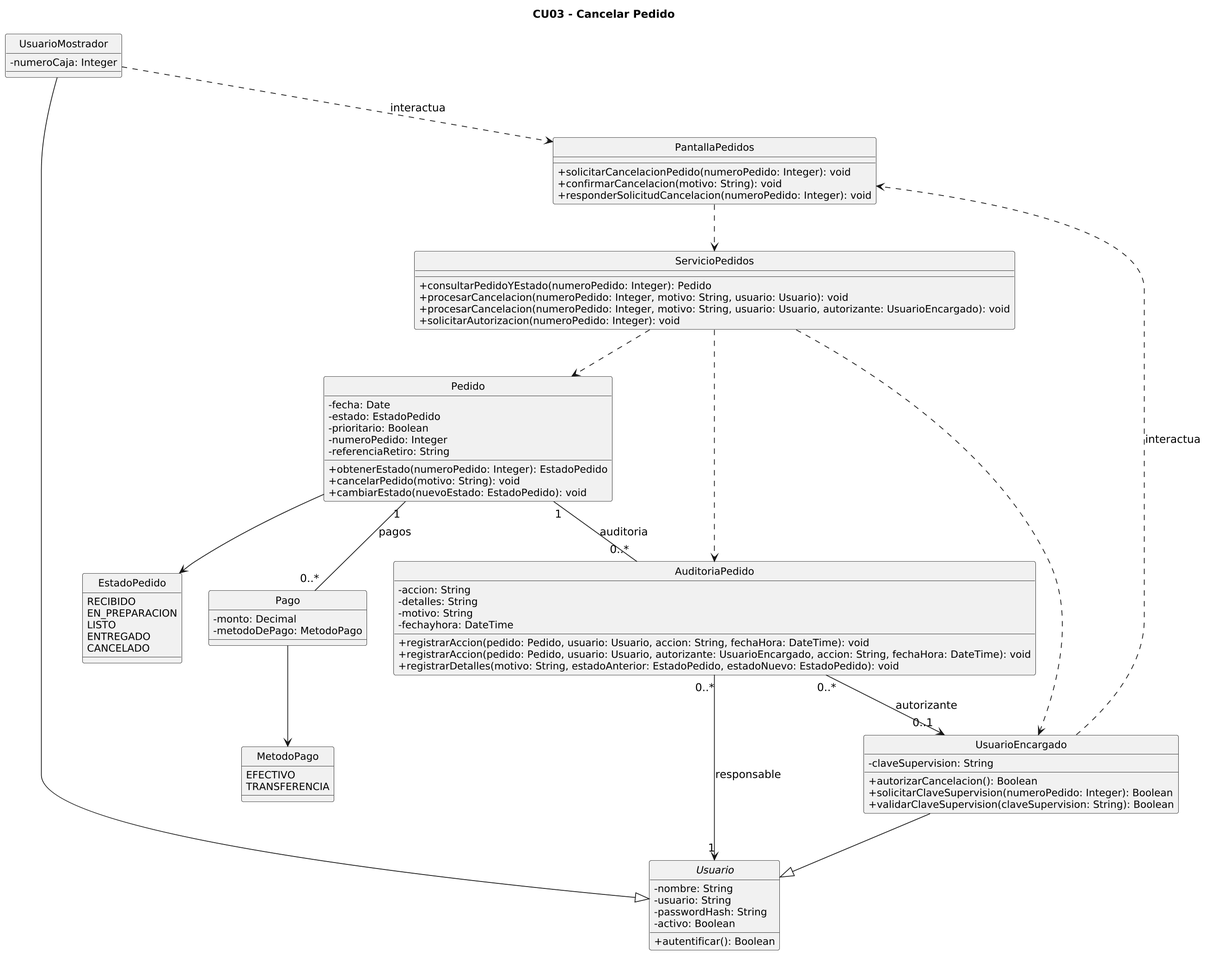
The PlantUML diagram diagramas/01-diagrama-clases/03-clases-cancelar-pedido-03.png in eloeyhe/SistemaPedidos, before a commit.
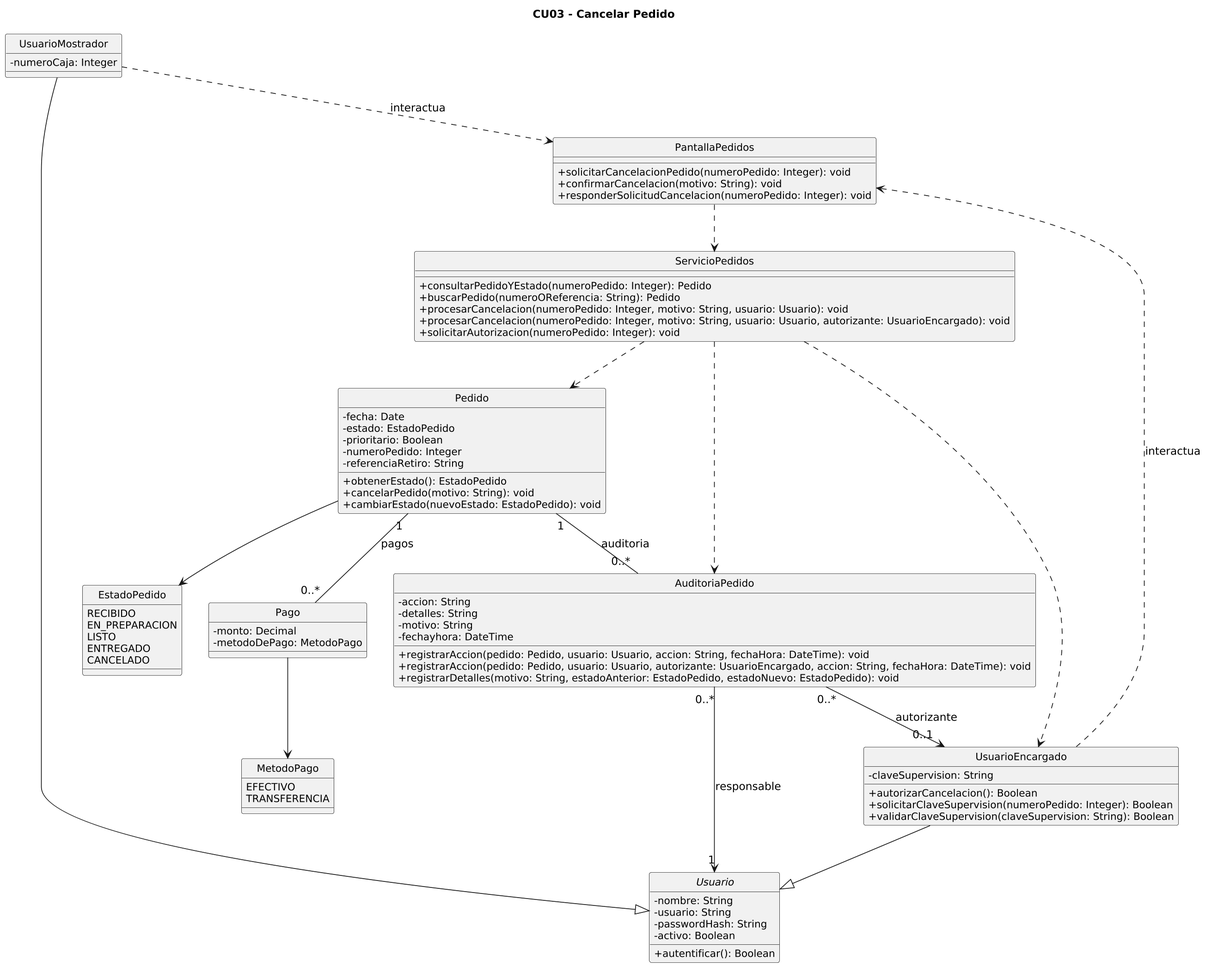
Above is the later version.

What changed in the source:
```diff
@@ -35,6 +35,7 @@
 
 class ServicioPedidos {
   +consultarPedidoYEstado(numeroPedido: Integer): Pedido
+  +buscarPedido(numeroOReferencia: String): Pedido
   +procesarCancelacion(numeroPedido: Integer, motivo: String, usuario: Usuario): void
   +procesarCancelacion(numeroPedido: Integer, motivo: String, usuario: Usuario, autorizante: UsuarioEncargado): void
   +solicitarAutorizacion(numeroPedido: Integer): void
@@ -46,7 +47,7 @@
   -prioritario: Boolean
   -numeroPedido: Integer
   -referenciaRetiro: String
-  +obtenerEstado(numeroPedido: Integer): EstadoPedido
+  +obtenerEstado(): EstadoPedido
   +cancelarPedido(motivo: String): void
   +cambiarEstado(nuevoEstado: EstadoPedido): void
 }
```
